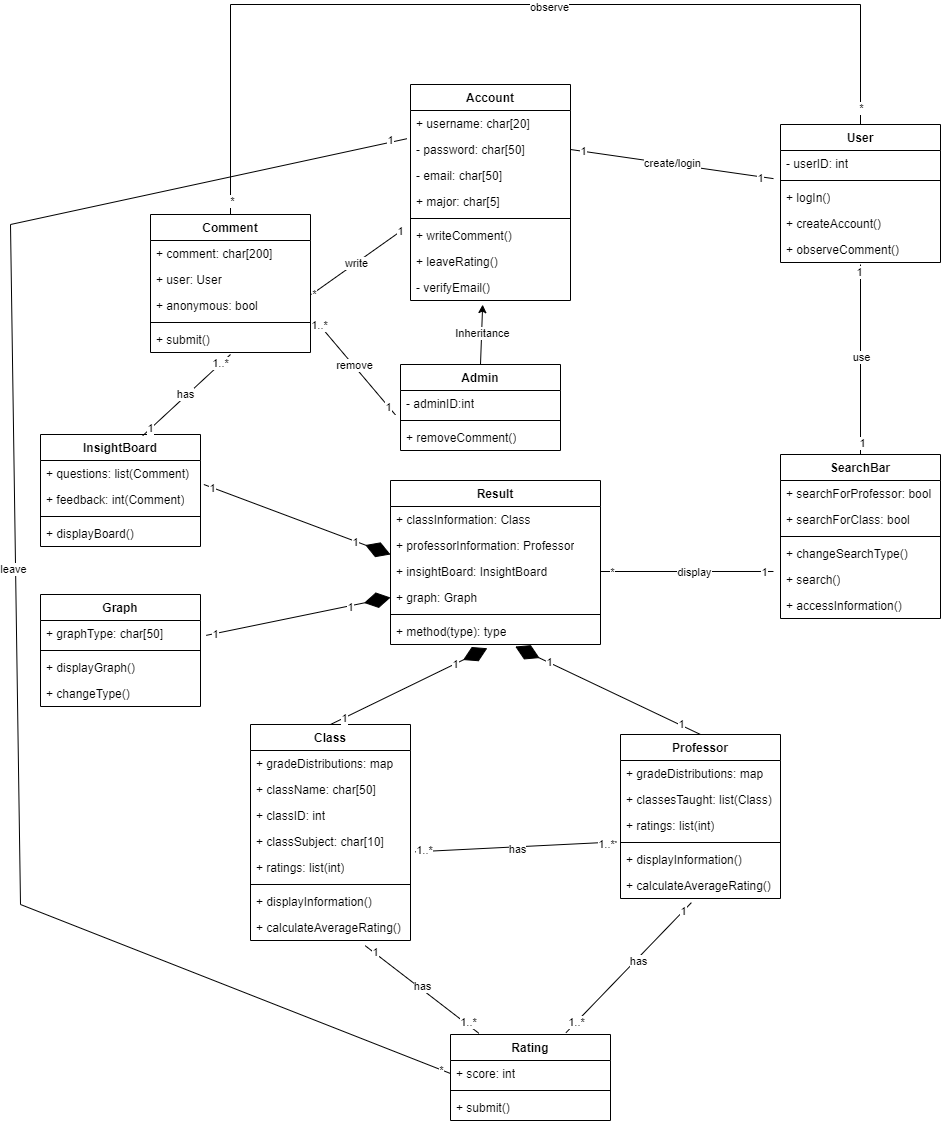
Before: images/Class_Diagram.png, a diagram exported from draw.io (jeffreyHoelzel/LouiesRatings). Source tidied: cells renumbered, new cells last; positions are measured from the earlier drawing's top-left corner, leaving out a move shared by most shapes.
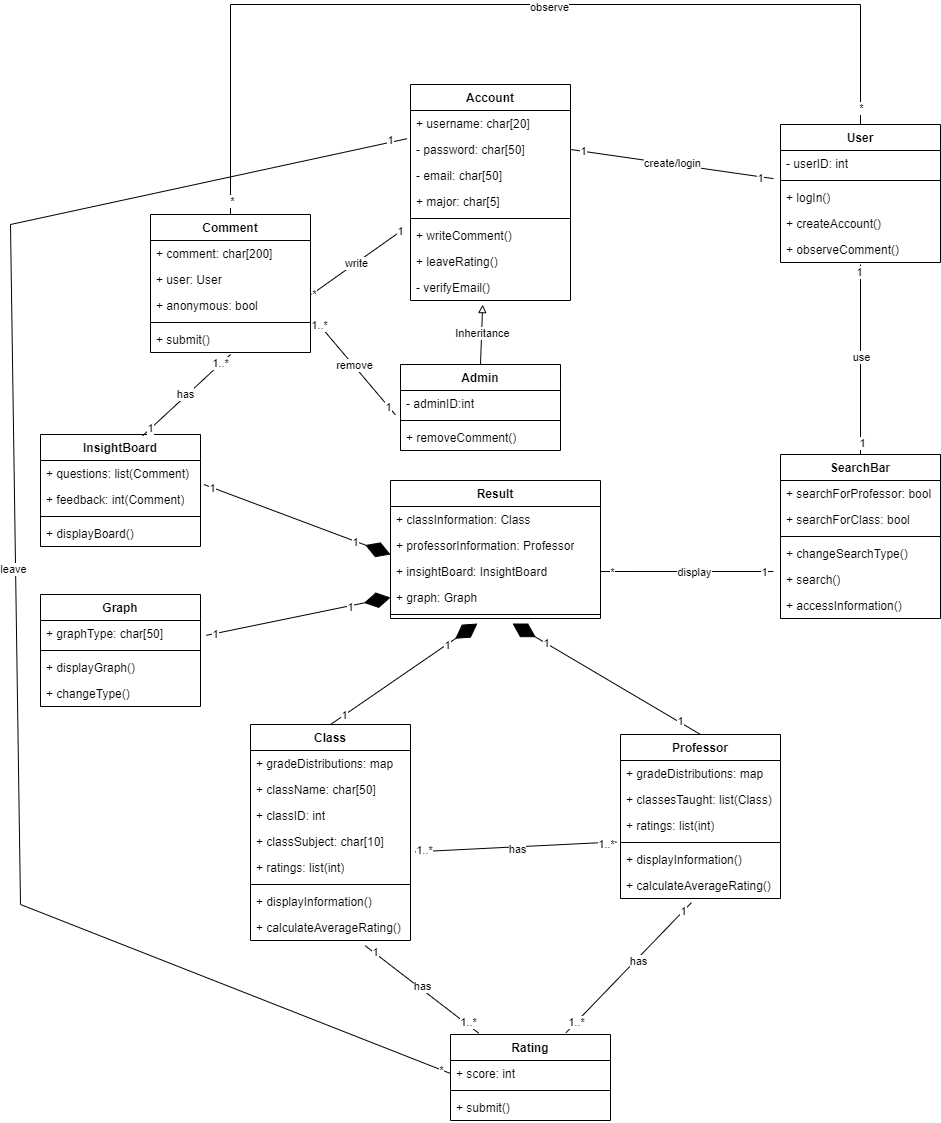
The same diagram one commit later.

Change to the diagram source:
```diff
@@ -14,7 +14,7 @@
     <mxCell id="5" value="create/login" style="edgeLabel;html=1;align=center;verticalAlign=middle;" parent="2" vertex="1">
       <mxGeometry y="-1" relative="1" as="geometry" />
     </mxCell>
-    <mxCell id="6" style="endArrow=classic;html=1;rounded=0;exitX=0.5;exitY=0;exitDx=0;exitDy=0;entryX=0.451;entryY=1.159;entryDx=0;entryDy=0;entryPerimeter=0;" parent="1" edge="1" source="23" target="16">
+    <mxCell id="6" style="endArrow=block;html=1;rounded=0;exitX=0.5;exitY=0;exitDx=0;exitDy=0;entryX=0.451;entryY=1.159;entryDx=0;entryDy=0;entryPerimeter=0;endFill=0;" parent="1" edge="1" source="23" target="16">
       <mxGeometry relative="1" as="geometry" />
     </mxCell>
     <mxCell id="7" value="Inheritance" style="edgeLabel;html=1;align=center;verticalAlign=middle;" parent="6" vertex="1">
@@ -161,7 +161,7 @@
       <mxGeometry y="138" width="160" height="26" as="geometry" />
     </mxCell>
     <mxCell id="54" value="Result" style="swimlane;fontStyle=1;align=center;verticalAlign=top;horizontal=1;startSize=26;whiteSpace=wrap;html=1;" parent="1" vertex="1">
-      <mxGeometry x="380" y="476" width="210" height="164" as="geometry" />
+      <mxGeometry x="380" y="476" width="210" height="138" as="geometry" />
     </mxCell>
     <mxCell id="55" value="+ classInformation: Class" style="text;strokeColor=none;fillColor=none;align=left;verticalAlign=top;spacingLeft=4;spacingRight=4;overflow=hidden;whiteSpace=wrap;html=1;" parent="54" vertex="1">
       <mxGeometry y="26" width="210" height="26" as="geometry" />
@@ -178,9 +178,6 @@
     <mxCell id="59" style="line;strokeWidth=1;fillColor=none;align=left;verticalAlign=middle;spacingTop=-1;spacingLeft=3;spacingRight=3;labelPosition=right;points=[];portConstraint=eastwest;strokeColor=inherit;" parent="54" vertex="1">
       <mxGeometry y="130" width="210" height="8" as="geometry" />
     </mxCell>
-    <mxCell id="60" value="+ method(type): type" style="text;strokeColor=none;fillColor=none;align=left;verticalAlign=top;spacingLeft=4;spacingRight=4;overflow=hidden;points=[[0,0.5],[1,0.5]];portConstraint=eastwest;whiteSpace=wrap;html=1;" parent="54" vertex="1">
-      <mxGeometry y="138" width="210" height="26" as="geometry" />
-    </mxCell>
     <mxCell id="61" style="endArrow=none;html=1;rounded=0;exitX=1;exitY=0.5;exitDx=0;exitDy=0;entryX=-0.044;entryY=0.192;entryDx=0;entryDy=0;entryPerimeter=0;" parent="1" edge="1" source="57" target="32">
       <mxGeometry relative="1" as="geometry" />
     </mxCell>
@@ -193,7 +190,7 @@
     <mxCell id="64" value="*" style="edgeLabel;html=1;align=center;verticalAlign=middle;" parent="61" vertex="1">
       <mxGeometry x="-0.88" y="-1" relative="1" as="geometry" />
     </mxCell>
-    <mxCell id="65" style="endArrow=diamondThin;endFill=1;endSize=24;html=1;rounded=0;entryX=0.461;entryY=1.143;entryDx=0;entryDy=0;entryPerimeter=0;exitX=0.5;exitY=0;exitDx=0;exitDy=0;" parent="1" edge="1" source="38" target="60">
+    <mxCell id="65" style="endArrow=diamondThin;endFill=1;endSize=24;html=1;rounded=0;entryX=0.414;entryY=1.625;entryDx=0;entryDy=0;entryPerimeter=0;exitX=0.5;exitY=0;exitDx=0;exitDy=0;" parent="1" edge="1" source="38" target="59">
       <mxGeometry relative="1" as="geometry" />
     </mxCell>
     <mxCell id="66" value="1" style="edgeLabel;html=1;align=center;verticalAlign=middle;" parent="65" vertex="1">
@@ -202,7 +199,7 @@
     <mxCell id="67" value="1" style="edgeLabel;html=1;align=center;verticalAlign=middle;" parent="65" vertex="1">
       <mxGeometry x="-0.82" relative="1" as="geometry" />
     </mxCell>
-    <mxCell id="68" style="endArrow=diamondThin;endFill=1;endSize=24;html=1;rounded=0;exitX=0.5;exitY=0;exitDx=0;exitDy=0;entryX=0.594;entryY=1.077;entryDx=0;entryDy=0;entryPerimeter=0;" parent="1" edge="1" source="47" target="60">
+    <mxCell id="68" style="endArrow=diamondThin;endFill=1;endSize=24;html=1;rounded=0;exitX=0.5;exitY=0;exitDx=0;exitDy=0;entryX=0.581;entryY=1.625;entryDx=0;entryDy=0;entryPerimeter=0;" parent="1" edge="1" source="47" target="59">
       <mxGeometry relative="1" as="geometry" />
     </mxCell>
     <mxCell id="69" value="1" style="edgeLabel;html=1;align=center;verticalAlign=middle;" parent="68" vertex="1">
```
